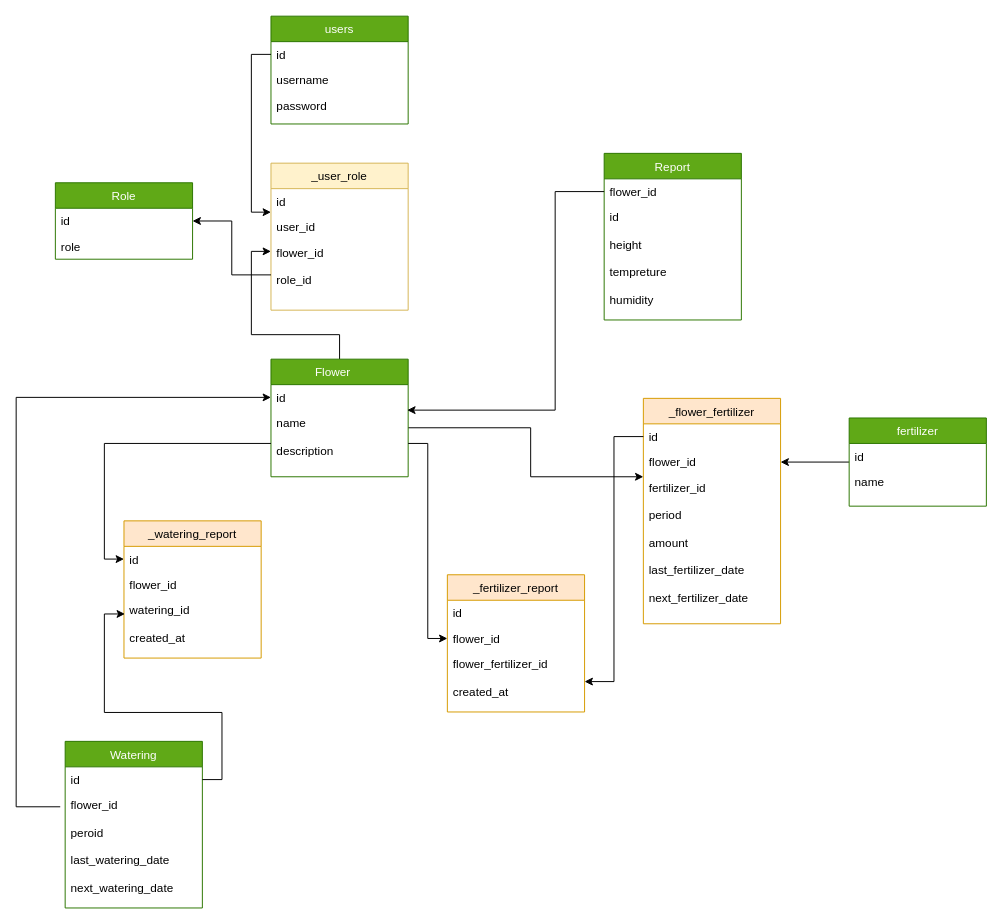
This is Pot_Flow_Chart.drawio from ahmadabd/pot, a draw.io file, before an edit. Source tidied: cells renumbered, new cells numbered last; positions are measured from the earlier drawing's top-left corner, leaving out a move shared by most shapes. Both pictures are drawn from the tidied source at 98%, with x=0, y=0 at pixel (16, 16).
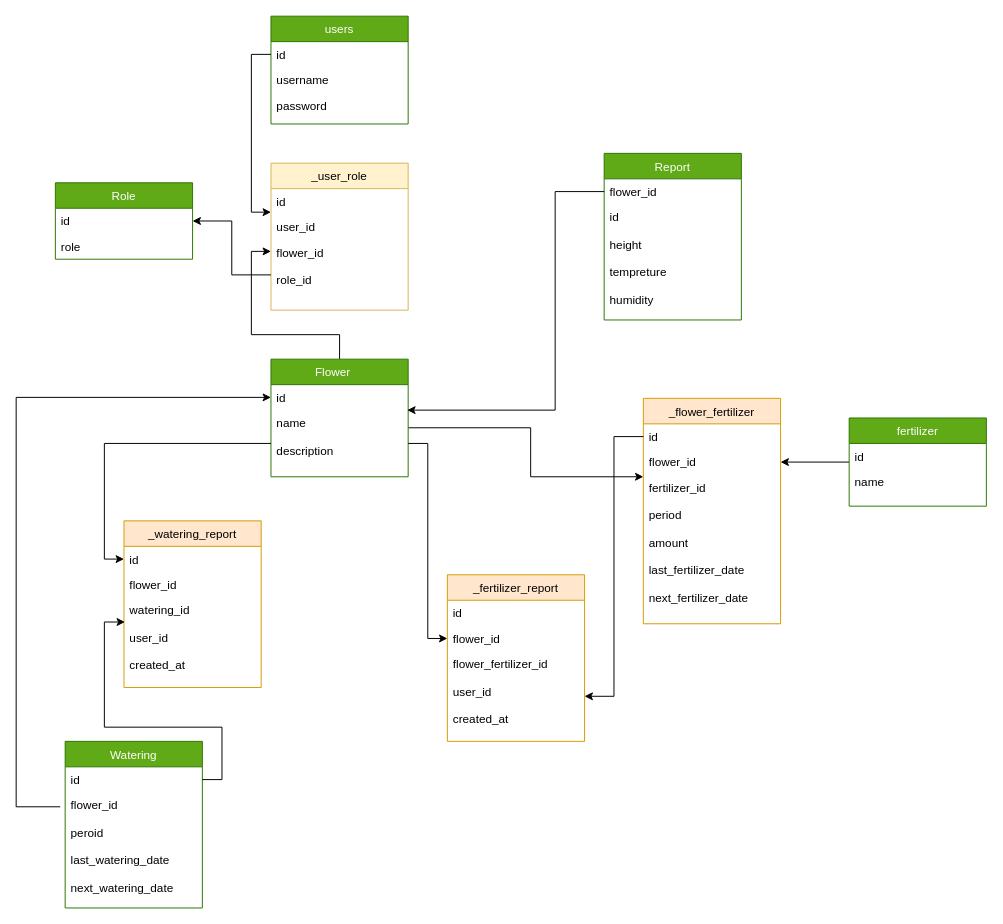
The same diagram, later.

What changed in the source:
```diff
@@
     <mxCell id="32" value="_watering_report" style="swimlane;fontStyle=0;horizontal=1;startSize=26;fillColor=#ffe6cc;strokeColor=#d79b00;" parent="1" vertex="1">
-      <mxGeometry x="110" y="515" width="140" height="140" as="geometry" />
+      <mxGeometry x="110" y="515" width="140" height="170" as="geometry" />
     </mxCell>
@@
-    <mxCell id="35" value="watering_id&#10;&#10;created_at&#10;" style="text;strokeColor=none;fillColor=none;align=left;verticalAlign=top;spacingLeft=4;spacingRight=4;overflow=hidden;points=[[0,0.5],[1,0.5]];portConstraint=eastwest;" parent="32" vertex="1">
-      <mxGeometry y="78" width="140" height="62" as="geometry" />
+    <mxCell id="35" value="watering_id&#10;&#10;user_id&#10;&#10;created_at&#10;" style="text;strokeColor=none;fillColor=none;align=left;verticalAlign=top;spacingLeft=4;spacingRight=4;overflow=hidden;points=[[0,0.5],[1,0.5]];portConstraint=eastwest;" parent="32" vertex="1">
+      <mxGeometry y="78" width="140" height="92" as="geometry" />
     </mxCell>
@@
     <mxCell id="43" value="_fertilizer_report" style="swimlane;fontStyle=0;horizontal=1;startSize=26;fillColor=#ffe6cc;strokeColor=#d79b00;" parent="1" vertex="1">
-      <mxGeometry x="440" y="570" width="140" height="140" as="geometry" />
+      <mxGeometry x="440" y="570" width="140" height="170" as="geometry" />
     </mxCell>
@@
-    <mxCell id="46" value="flower_fertilizer_id&#10;&#10;created_at" style="text;strokeColor=none;fillColor=none;align=left;verticalAlign=top;spacingLeft=4;spacingRight=4;overflow=hidden;points=[[0,0.5],[1,0.5]];portConstraint=eastwest;" parent="43" vertex="1">
-      <mxGeometry y="78" width="140" height="62" as="geometry" />
+    <mxCell id="46" value="flower_fertilizer_id&#10;&#10;user_id&#10;&#10;created_at&#10;" style="text;strokeColor=none;fillColor=none;align=left;verticalAlign=top;spacingLeft=4;spacingRight=4;overflow=hidden;points=[[0,0.5],[1,0.5]];portConstraint=eastwest;" parent="43" vertex="1">
+      <mxGeometry y="78" width="140" height="92" as="geometry" />
     </mxCell>
```
